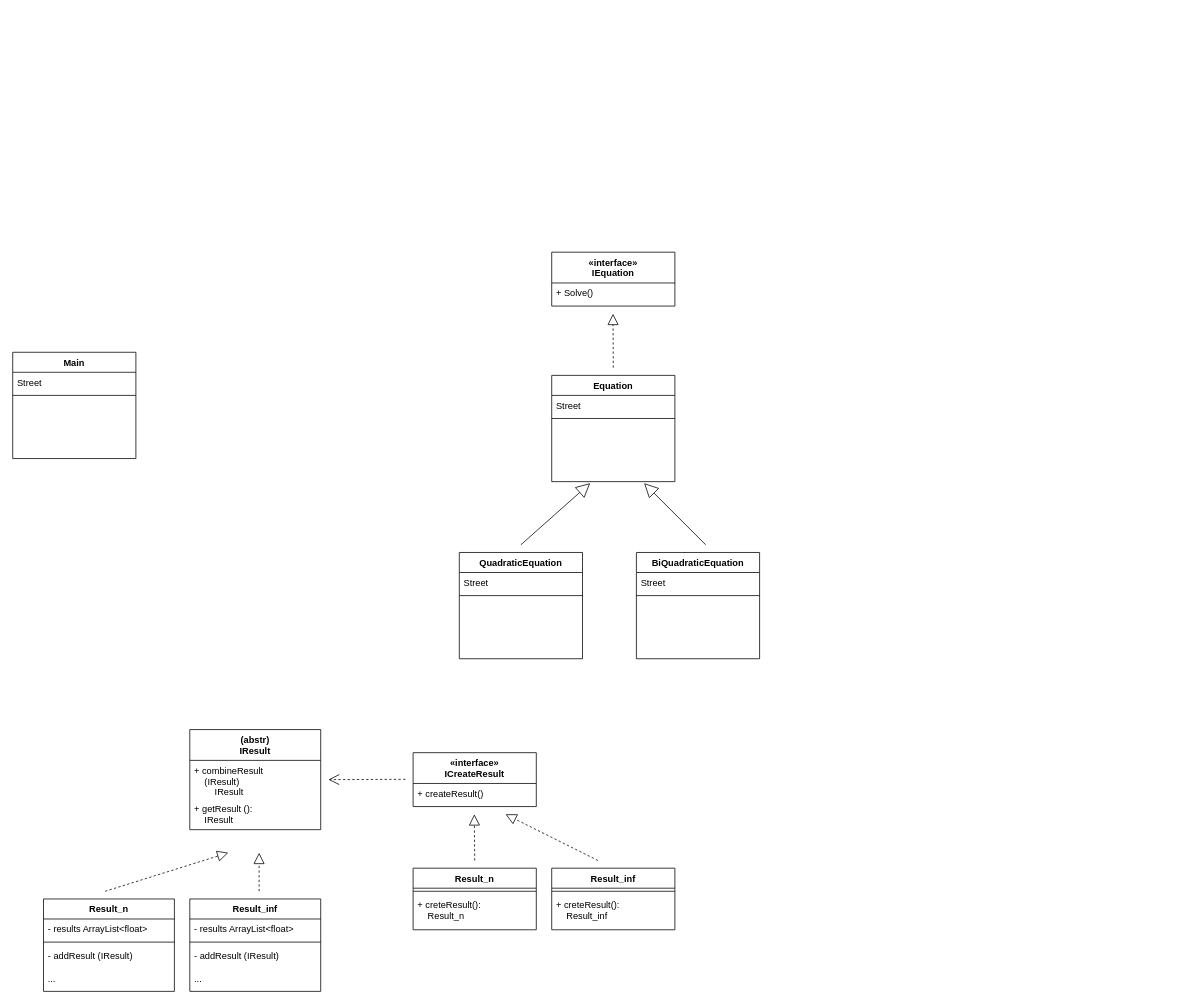
The draw.io diagram 2 Factory method/Task_hw_2/Equation.drawio in grohvlad/design-Patterns, before the edit. Source tidied: cells renumbered, new cells numbered last; positions are measured from the earlier drawing's top-left corner, leaving out a move shared by most shapes. Both pictures are drawn from the tidied source at 77%, with x=0, y=0 at pixel (12, 252).
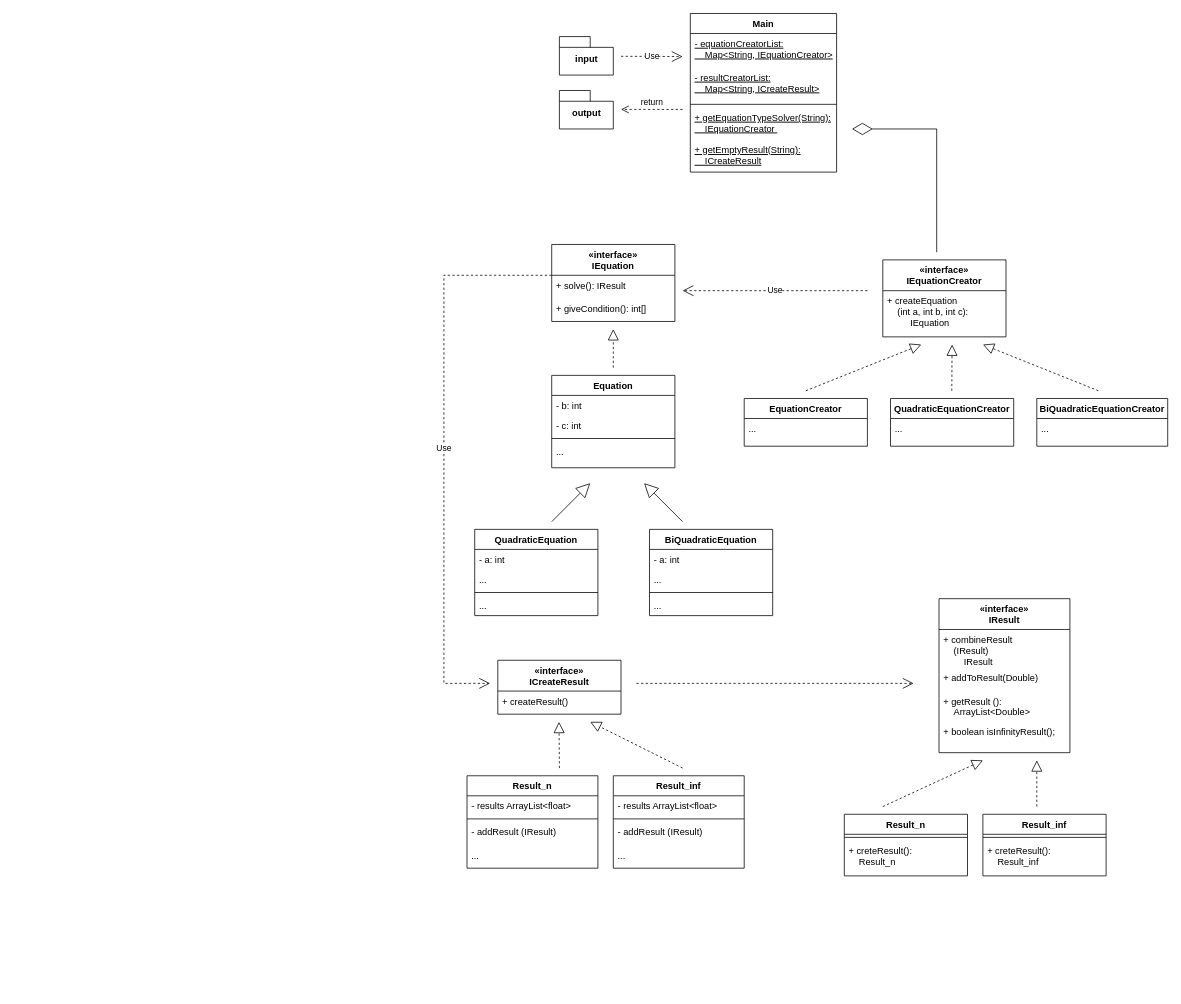
After the change.

Diff of the diagram source:
```diff
@@
     <mxCell id="2" value="Main" style="swimlane;fontStyle=1;align=center;verticalAlign=top;horizontal=1;startSize=26;rounded=0;shadow=0;strokeWidth=1;" parent="1" vertex="1">
-      <mxGeometry y="130" width="160" height="138" as="geometry" />
+      <mxGeometry x="880" y="-310" width="190" height="206" as="geometry" />
     </mxCell>
-    <mxCell id="3" value="Street" style="text;align=left;verticalAlign=top;spacingLeft=4;spacingRight=4;overflow=hidden;" parent="2" vertex="1">
-      <mxGeometry y="26" width="160" height="26" as="geometry" />
+    <mxCell id="3" value="- equationCreatorList:&#10;    Map&lt;String, IEquationCreator&gt;" style="text;align=left;verticalAlign=top;spacingLeft=4;spacingRight=4;overflow=hidden;fontStyle=4;" parent="2" vertex="1">
+      <mxGeometry y="26" width="190" height="44" as="geometry" />
     </mxCell>
+    <mxCell id="45" value="Use" style="endArrow=open;endSize=12;dashed=1;html=1;rounded=0;" parent="2" edge="1">
+      <mxGeometry relative="1" as="geometry">
+        <mxPoint x="-90" y="55.6" as="sourcePoint" />
+        <mxPoint x="-10" y="56" as="targetPoint" />
+      </mxGeometry>
+    </mxCell>
+    <mxCell id="46" value="- resultCreatorList:&#10;    Map&lt;String, ICreateResult&gt;" style="text;align=left;verticalAlign=top;spacingLeft=4;spacingRight=4;overflow=hidden;fontStyle=4;" parent="2" vertex="1">
+      <mxGeometry y="70" width="190" height="44" as="geometry" />
+    </mxCell>
     <mxCell id="4" style="line;html=1;strokeWidth=1;align=left;verticalAlign=middle;spacingTop=-1;spacingLeft=3;spacingRight=3;labelPosition=right;" parent="2" vertex="1">
-      <mxGeometry y="52" width="160" height="8" as="geometry" />
+      <mxGeometry y="114" width="190" height="8" as="geometry" />
     </mxCell>
+    <mxCell id="47" value="+ getEquationTypeSolver(String):&#10;    IEquationCreator " style="text;align=left;verticalAlign=top;spacingLeft=4;spacingRight=4;overflow=hidden;fontStyle=4;" parent="2" vertex="1">
+      <mxGeometry y="122" width="190" height="42" as="geometry" />
+    </mxCell>
+    <mxCell id="48" value="+ getEmptyResult(String):&#10;    ICreateResult" style="text;align=left;verticalAlign=top;spacingLeft=4;spacingRight=4;overflow=hidden;fontStyle=4;" parent="2" vertex="1">
+      <mxGeometry y="164" width="190" height="42" as="geometry" />
+    </mxCell>
-    <mxCell id="5" value="(abstr)&#10;IResult" style="swimlane;fontStyle=1;align=center;verticalAlign=top;horizontal=1;startSize=40;rounded=0;shadow=0;strokeWidth=1;" parent="1" vertex="1">
-      <mxGeometry x="230" y="620" width="170" height="130" as="geometry" />
+    <mxCell id="5" value="«interface»&#10;IResult" style="swimlane;fontStyle=1;align=center;verticalAlign=top;horizontal=1;startSize=40;rounded=0;shadow=0;strokeWidth=1;" parent="1" vertex="1">
+      <mxGeometry x="1203" y="450" width="170" height="200" as="geometry" />
     </mxCell>
@@
+    <mxCell id="49" value="+ addToResult(Double)" style="text;align=left;verticalAlign=top;spacingLeft=4;spacingRight=4;overflow=hidden;" parent="5" vertex="1">
+      <mxGeometry y="90" width="170" height="30" as="geometry" />
+    </mxCell>
-    <mxCell id="7" value="+ getResult ():&#10;    IResult" style="text;align=left;verticalAlign=top;spacingLeft=4;spacingRight=4;overflow=hidden;" parent="5" vertex="1">
-      <mxGeometry y="90" width="170" height="40" as="geometry" />
+    <mxCell id="7" value="+ getResult ():&#10;    ArrayList&lt;Double&gt;" style="text;align=left;verticalAlign=top;spacingLeft=4;spacingRight=4;overflow=hidden;" parent="5" vertex="1">
+      <mxGeometry y="120" width="170" height="40" as="geometry" />
     </mxCell>
+    <mxCell id="50" value="+ boolean isInfinityResult();" style="text;align=left;verticalAlign=top;spacingLeft=4;spacingRight=4;overflow=hidden;" parent="5" vertex="1">
+      <mxGeometry y="160" width="170" height="40" as="geometry" />
+    </mxCell>
     <mxCell id="8" value="«interface»&#10;ICreateResult" style="swimlane;fontStyle=1;align=center;verticalAlign=top;horizontal=1;startSize=40;rounded=0;shadow=0;strokeWidth=1;" parent="1" vertex="1">
-      <mxGeometry x="520" y="650" width="160" height="70" as="geometry" />
+      <mxGeometry x="630" y="530" width="160" height="70" as="geometry" />
     </mxCell>
@@
     <mxCell id="10" value="Result_n" style="swimlane;fontStyle=1;align=center;verticalAlign=top;horizontal=1;startSize=26;rounded=0;shadow=0;strokeWidth=1;" parent="1" vertex="1">
-      <mxGeometry x="40" y="840" width="170" height="120" as="geometry" />
+      <mxGeometry x="590" y="680" width="170" height="120" as="geometry" />
     </mxCell>
@@
     <mxCell id="15" value="Result_inf" style="swimlane;fontStyle=1;align=center;verticalAlign=top;horizontal=1;startSize=26;rounded=0;shadow=0;strokeWidth=1;" parent="1" vertex="1">
-      <mxGeometry x="230" y="840" width="170" height="120" as="geometry" />
+      <mxGeometry x="780" y="680" width="170" height="120" as="geometry" />
     </mxCell>
@@
     <mxCell id="20" value="Result_inf" style="swimlane;fontStyle=1;align=center;verticalAlign=top;horizontal=1;startSize=26;rounded=0;shadow=0;strokeWidth=1;" parent="1" vertex="1">
-      <mxGeometry x="700" y="800" width="160" height="80" as="geometry" />
+      <mxGeometry x="1260" y="730" width="160" height="80" as="geometry" />
     </mxCell>
@@
     <mxCell id="23" value="Result_n" style="swimlane;fontStyle=1;align=center;verticalAlign=top;horizontal=1;startSize=26;rounded=0;shadow=0;strokeWidth=1;" parent="1" vertex="1">
-      <mxGeometry x="520" y="800" width="160" height="80" as="geometry" />
+      <mxGeometry x="1080" y="730" width="160" height="80" as="geometry" />
     </mxCell>
@@
     <mxCell id="26" style="endArrow=open;endSize=12;dashed=1;html=1;rounded=0;" parent="1" edge="1">
       <mxGeometry x="0.11" y="-55" relative="1" as="geometry">
-        <mxPoint x="510" y="684.6" as="sourcePoint" />
-        <mxPoint x="410" y="685" as="targetPoint" />
+        <mxPoint x="810" y="560" as="sourcePoint" />
+        <mxPoint x="1170" y="560" as="targetPoint" />
       </mxGeometry>
     </mxCell>
     <mxCell id="27" style="endArrow=block;dashed=1;endFill=0;endSize=12;html=1;rounded=0;" parent="1" edge="1">
       <mxGeometry relative="1" as="geometry">
-        <mxPoint x="120" y="830" as="sourcePoint" />
-        <mxPoint x="280" y="780" as="targetPoint" />
+        <mxPoint x="1130" y="720" as="sourcePoint" />
+        <mxPoint x="1260" y="660" as="targetPoint" />
       </mxGeometry>
     </mxCell>
     <mxCell id="28" style="endArrow=block;dashed=1;endFill=0;endSize=12;html=1;rounded=0;" parent="1" edge="1">
       <mxGeometry relative="1" as="geometry">
-        <mxPoint x="320" y="830" as="sourcePoint" />
-        <mxPoint x="320" y="780" as="targetPoint" />
+        <mxPoint x="1330" y="720" as="sourcePoint" />
+        <mxPoint x="1330" y="660" as="targetPoint" />
       </mxGeometry>
     </mxCell>
     <mxCell id="29" style="endArrow=block;dashed=1;endFill=0;endSize=12;html=1;rounded=0;" parent="1" edge="1">
       <mxGeometry relative="1" as="geometry">
-        <mxPoint x="600" y="790" as="sourcePoint" />
-        <mxPoint x="599.5" y="730" as="targetPoint" />
+        <mxPoint x="710" y="670" as="sourcePoint" />
+        <mxPoint x="709.5" y="610" as="targetPoint" />
       </mxGeometry>
     </mxCell>
     <mxCell id="30" style="endArrow=block;dashed=1;endFill=0;endSize=12;html=1;rounded=0;" parent="1" edge="1">
       <mxGeometry relative="1" as="geometry">
-        <mxPoint x="760" y="790" as="sourcePoint" />
-        <mxPoint x="640" y="730" as="targetPoint" />
+        <mxPoint x="870" y="670" as="sourcePoint" />
+        <mxPoint x="750" y="610" as="targetPoint" />
       </mxGeometry>
     </mxCell>
     <mxCell id="31" value="Equation" style="swimlane;fontStyle=1;align=center;verticalAlign=top;horizontal=1;startSize=26;rounded=0;shadow=0;strokeWidth=1;" parent="1" vertex="1">
-      <mxGeometry x="700" y="160" width="160" height="138" as="geometry" />
+      <mxGeometry x="700" y="160" width="160" height="120" as="geometry" />
     </mxCell>
-    <mxCell id="32" value="Street" style="text;align=left;verticalAlign=top;spacingLeft=4;spacingRight=4;overflow=hidden;" parent="31" vertex="1">
+    <mxCell id="32" value="- b: int" style="text;align=left;verticalAlign=top;spacingLeft=4;spacingRight=4;overflow=hidden;" parent="31" vertex="1">
       <mxGeometry y="26" width="160" height="26" as="geometry" />
     </mxCell>
+    <mxCell id="51" value="- c: int" style="text;align=left;verticalAlign=top;spacingLeft=4;spacingRight=4;overflow=hidden;" parent="31" vertex="1">
+      <mxGeometry y="52" width="160" height="26" as="geometry" />
+    </mxCell>
     <mxCell id="33" style="line;html=1;strokeWidth=1;align=left;verticalAlign=middle;spacingTop=-1;spacingLeft=3;spacingRight=3;labelPosition=right;" parent="31" vertex="1">
-      <mxGeometry y="52" width="160" height="8" as="geometry" />
+      <mxGeometry y="78" width="160" height="8" as="geometry" />
     </mxCell>
+    <mxCell id="52" value="..." style="text;align=left;verticalAlign=top;spacingLeft=4;spacingRight=4;overflow=hidden;" parent="31" vertex="1">
+      <mxGeometry y="86" width="160" height="26" as="geometry" />
+    </mxCell>
     <mxCell id="34" value="QuadraticEquation " style="swimlane;fontStyle=1;align=center;verticalAlign=top;horizontal=1;startSize=26;rounded=0;shadow=0;strokeWidth=1;" parent="1" vertex="1">
-      <mxGeometry x="580" y="390" width="160" height="138" as="geometry" />
+      <mxGeometry x="600" y="360" width="160" height="112" as="geometry" />
     </mxCell>
-    <mxCell id="35" value="Street" style="text;align=left;verticalAlign=top;spacingLeft=4;spacingRight=4;overflow=hidden;" parent="34" vertex="1">
-      <mxGeometry y="26" width="160" height="26" as="geometry" />
-    </mxCell>
+    <mxCell id="53" value="- a: int" style="text;align=left;verticalAlign=top;spacingLeft=4;spacingRight=4;overflow=hidden;" parent="34" vertex="1">
+      <mxGeometry y="26" width="160" height="26" as="geometry" />
+    </mxCell>
+    <mxCell id="54" value="..." style="text;align=left;verticalAlign=top;spacingLeft=4;spacingRight=4;overflow=hidden;" parent="34" vertex="1">
+      <mxGeometry y="52" width="160" height="26" as="geometry" />
+    </mxCell>
     <mxCell id="36" style="line;html=1;strokeWidth=1;align=left;verticalAlign=middle;spacingTop=-1;spacingLeft=3;spacingRight=3;labelPosition=right;" parent="34" vertex="1">
-      <mxGeometry y="52" width="160" height="8" as="geometry" />
+      <mxGeometry y="78" width="160" height="8" as="geometry" />
     </mxCell>
+    <mxCell id="55" value="..." style="text;align=left;verticalAlign=top;spacingLeft=4;spacingRight=4;overflow=hidden;" parent="34" vertex="1">
+      <mxGeometry y="86" width="160" height="26" as="geometry" />
+    </mxCell>
     <mxCell id="37" value="BiQuadraticEquation" style="swimlane;fontStyle=1;align=center;verticalAlign=top;horizontal=1;startSize=26;rounded=0;shadow=0;strokeWidth=1;" parent="1" vertex="1">
-      <mxGeometry x="810" y="390" width="160" height="138" as="geometry" />
+      <mxGeometry x="827" y="360" width="160" height="112" as="geometry" />
     </mxCell>
+    <mxCell id="56" value="- a: int" style="text;align=left;verticalAlign=top;spacingLeft=4;spacingRight=4;overflow=hidden;" parent="37" vertex="1">
+      <mxGeometry y="26" width="160" height="26" as="geometry" />
+    </mxCell>
+    <mxCell id="57" value="..." style="text;align=left;verticalAlign=top;spacingLeft=4;spacingRight=4;overflow=hidden;" parent="37" vertex="1">
+      <mxGeometry y="52" width="160" height="26" as="geometry" />
+    </mxCell>
+    <mxCell id="39" style="line;html=1;strokeWidth=1;align=left;verticalAlign=middle;spacingTop=-1;spacingLeft=3;spacingRight=3;labelPosition=right;" parent="37" vertex="1">
+      <mxGeometry y="78" width="160" height="8" as="geometry" />
+    </mxCell>
-    <mxCell id="38" value="Street" style="text;align=left;verticalAlign=top;spacingLeft=4;spacingRight=4;overflow=hidden;" parent="37" vertex="1">
-      <mxGeometry y="26" width="160" height="26" as="geometry" />
+    <mxCell id="38" value="..." style="text;align=left;verticalAlign=top;spacingLeft=4;spacingRight=4;overflow=hidden;" parent="37" vertex="1">
+      <mxGeometry y="86" width="160" height="26" as="geometry" />
     </mxCell>
-    <mxCell id="39" style="line;html=1;strokeWidth=1;align=left;verticalAlign=middle;spacingTop=-1;spacingLeft=3;spacingRight=3;labelPosition=right;" parent="37" vertex="1">
-      <mxGeometry y="52" width="160" height="8" as="geometry" />
-    </mxCell>
     <mxCell id="40" style="endArrow=block;endSize=16;endFill=0;html=1;rounded=0;" parent="1" edge="1">
       <mxGeometry x="0.38" y="30" relative="1" as="geometry">
-        <mxPoint x="660" y="380" as="sourcePoint" />
+        <mxPoint x="700" y="350" as="sourcePoint" />
         <mxPoint x="750" y="300" as="targetPoint" />
       </mxGeometry>
     </mxCell>
     <mxCell id="41" style="endArrow=block;endSize=16;endFill=0;html=1;rounded=0;" parent="1" edge="1">
       <mxGeometry x="0.38" y="30" relative="1" as="geometry">
-        <mxPoint x="900" y="380" as="sourcePoint" />
+        <mxPoint x="870" y="350" as="sourcePoint" />
         <mxPoint x="820" y="300" as="targetPoint" />
       </mxGeometry>
     </mxCell>
     <mxCell id="42" value="«interface»&#10;IEquation" style="swimlane;fontStyle=1;align=center;verticalAlign=top;horizontal=1;startSize=40;rounded=0;shadow=0;strokeWidth=1;" parent="1" vertex="1">
-      <mxGeometry x="700" width="160" height="70" as="geometry" />
+      <mxGeometry x="700" y="-10" width="160" height="100" as="geometry" />
     </mxCell>
-    <mxCell id="43" value="+ Solve()" style="text;align=left;verticalAlign=top;spacingLeft=4;spacingRight=4;overflow=hidden;" parent="42" vertex="1">
+    <mxCell id="43" value="+ solve(): IResult" style="text;align=left;verticalAlign=top;spacingLeft=4;spacingRight=4;overflow=hidden;" parent="42" vertex="1">
       <mxGeometry y="40" width="160" height="30" as="geometry" />
     </mxCell>
+    <mxCell id="58" value="+ giveCondition(): int[]" style="text;align=left;verticalAlign=top;spacingLeft=4;spacingRight=4;overflow=hidden;" parent="42" vertex="1">
+      <mxGeometry y="70" width="160" height="30" as="geometry" />
+    </mxCell>
     <mxCell id="44" style="endArrow=block;dashed=1;endFill=0;endSize=12;html=1;rounded=0;" parent="1" edge="1">
       <mxGeometry relative="1" as="geometry">
         <mxPoint x="780" y="150" as="sourcePoint" />
-        <mxPoint x="779.6" y="80" as="targetPoint" />
+        <mxPoint x="780" y="100" as="targetPoint" />
       </mxGeometry>
     </mxCell>
+    <mxCell id="59" value="«interface»&#10;IEquationCreator" style="swimlane;fontStyle=1;align=center;verticalAlign=top;horizontal=1;startSize=40;rounded=0;shadow=0;strokeWidth=1;" parent="1" vertex="1">
+      <mxGeometry x="1130" y="10" width="160" height="100" as="geometry" />
+    </mxCell>
+    <mxCell id="60" value="+ createEquation&#10;    (int a, int b, int c):&#10;         IEquation" style="text;align=left;verticalAlign=top;spacingLeft=4;spacingRight=4;overflow=hidden;" parent="59" vertex="1">
+      <mxGeometry y="40" width="160" height="60" as="geometry" />
+    </mxCell>
+    <mxCell id="61" value="EquationCreator" style="swimlane;fontStyle=1;align=center;verticalAlign=top;horizontal=1;startSize=26;rounded=0;shadow=0;strokeWidth=1;" parent="1" vertex="1">
+      <mxGeometry x="950" y="190" width="160" height="62" as="geometry" />
+    </mxCell>
+    <mxCell id="62" value="..." style="text;align=left;verticalAlign=top;spacingLeft=4;spacingRight=4;overflow=hidden;" parent="61" vertex="1">
+      <mxGeometry y="26" width="160" height="26" as="geometry" />
+    </mxCell>
+    <mxCell id="63" value="QuadraticEquationCreator" style="swimlane;fontStyle=1;align=center;verticalAlign=top;horizontal=1;startSize=26;rounded=0;shadow=0;strokeWidth=1;" parent="1" vertex="1">
+      <mxGeometry x="1140" y="190" width="160" height="62" as="geometry" />
+    </mxCell>
+    <mxCell id="64" value="..." style="text;align=left;verticalAlign=top;spacingLeft=4;spacingRight=4;overflow=hidden;" parent="63" vertex="1">
+      <mxGeometry y="26" width="160" height="26" as="geometry" />
+    </mxCell>
+    <mxCell id="65" value="BiQuadraticEquationCreator" style="swimlane;fontStyle=1;align=center;verticalAlign=top;horizontal=1;startSize=26;rounded=0;shadow=0;strokeWidth=1;" parent="1" vertex="1">
+      <mxGeometry x="1330" y="190" width="170" height="62" as="geometry" />
+    </mxCell>
+    <mxCell id="66" value="..." style="text;align=left;verticalAlign=top;spacingLeft=4;spacingRight=4;overflow=hidden;" parent="65" vertex="1">
+      <mxGeometry y="26" width="170" height="26" as="geometry" />
+    </mxCell>
+    <mxCell id="67" style="endArrow=block;dashed=1;endFill=0;endSize=12;html=1;rounded=0;" parent="1" edge="1">
+      <mxGeometry relative="1" as="geometry">
+        <mxPoint x="1219.6" y="180" as="sourcePoint" />
+        <mxPoint x="1220" y="120" as="targetPoint" />
+      </mxGeometry>
+    </mxCell>
+    <mxCell id="68" style="endArrow=block;dashed=1;endFill=0;endSize=12;html=1;rounded=0;" parent="1" edge="1">
+      <mxGeometry relative="1" as="geometry">
+        <mxPoint x="1410" y="180" as="sourcePoint" />
+        <mxPoint x="1260" y="120" as="targetPoint" />
+      </mxGeometry>
+    </mxCell>
+    <mxCell id="69" style="endArrow=block;dashed=1;endFill=0;endSize=12;html=1;rounded=0;" parent="1" edge="1">
+      <mxGeometry relative="1" as="geometry">
+        <mxPoint x="1030" y="180" as="sourcePoint" />
+        <mxPoint x="1180" y="120" as="targetPoint" />
+      </mxGeometry>
+    </mxCell>
+    <mxCell id="70" value="Use" style="endArrow=open;endSize=12;dashed=1;html=1;rounded=0;" parent="1" edge="1">
+      <mxGeometry relative="1" as="geometry">
+        <mxPoint x="1110" y="50" as="sourcePoint" />
+        <mxPoint x="870" y="50" as="targetPoint" />
+      </mxGeometry>
+    </mxCell>
+    <mxCell id="71" value="input" style="shape=folder;fontStyle=1;spacingTop=10;tabWidth=40;tabHeight=14;tabPosition=left;html=1;" parent="1" vertex="1">
+      <mxGeometry x="710" y="-280" width="70" height="50" as="geometry" />
+    </mxCell>
+    <mxCell id="72" value="output" style="shape=folder;fontStyle=1;spacingTop=10;tabWidth=40;tabHeight=14;tabPosition=left;html=1;" parent="1" vertex="1">
+      <mxGeometry x="710" y="-210" width="70" height="50" as="geometry" />
+    </mxCell>
+    <mxCell id="73" value="return" style="html=1;verticalAlign=bottom;endArrow=open;dashed=1;endSize=8;rounded=0;" parent="1" edge="1">
+      <mxGeometry relative="1" as="geometry">
+        <mxPoint x="870" y="-185.4" as="sourcePoint" />
+        <mxPoint x="790" y="-185.4" as="targetPoint" />
+      </mxGeometry>
+    </mxCell>
+    <mxCell id="74" style="endArrow=diamondThin;endFill=0;endSize=24;html=1;rounded=0;edgeStyle=orthogonalEdgeStyle;" parent="1" edge="1">
+      <mxGeometry relative="1" as="geometry">
+        <mxPoint x="1200" as="sourcePoint" />
+        <mxPoint x="1090" y="-160" as="targetPoint" />
+        <Array as="points">
+          <mxPoint x="1200" y="-160" />
+        </Array>
+      </mxGeometry>
+    </mxCell>
+    <mxCell id="75" value="Use" style="endArrow=open;endSize=12;dashed=1;html=1;rounded=0;edgeStyle=orthogonalEdgeStyle;" parent="1" edge="1">
+      <mxGeometry relative="1" as="geometry">
+        <mxPoint x="700" y="30" as="sourcePoint" />
+        <mxPoint x="620" y="560" as="targetPoint" />
+        <Array as="points">
+          <mxPoint x="560" y="30" />
+          <mxPoint x="560" y="560" />
+        </Array>
+      </mxGeometry>
+    </mxCell>
```
